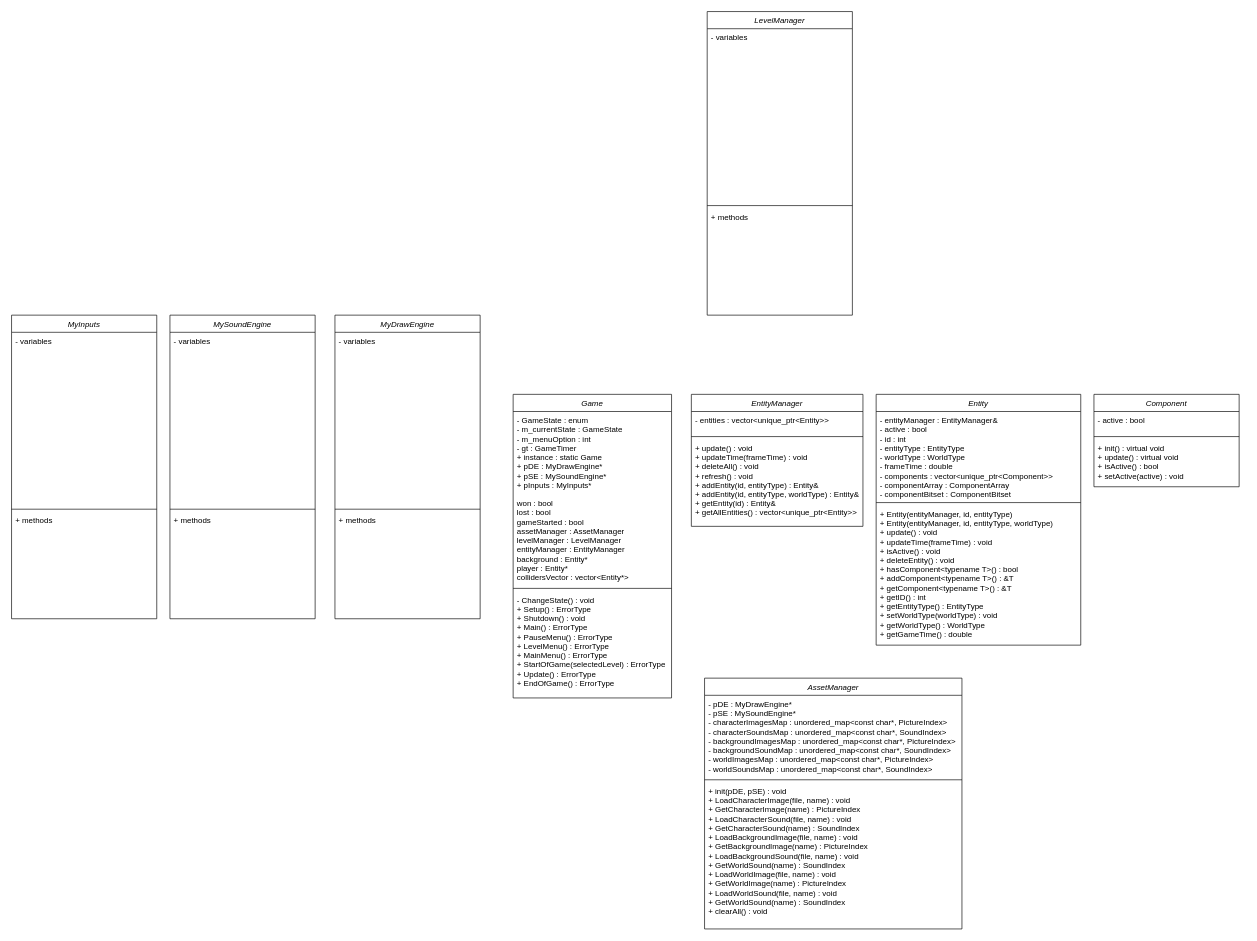
dnilhnry/CPP-Game-Engine-and-Basic-Platformer keeps this draw.io diagram as classDiagram.drawio. Above is the earlier version. Source tidied: cells renumbered, new cells numbered last; positions are measured from the earlier drawing's top-left corner, leaving out a move shared by most shapes. Both pictures are drawn from the tidied source at 66%, with x=0, y=0 at pixel (11, 11).
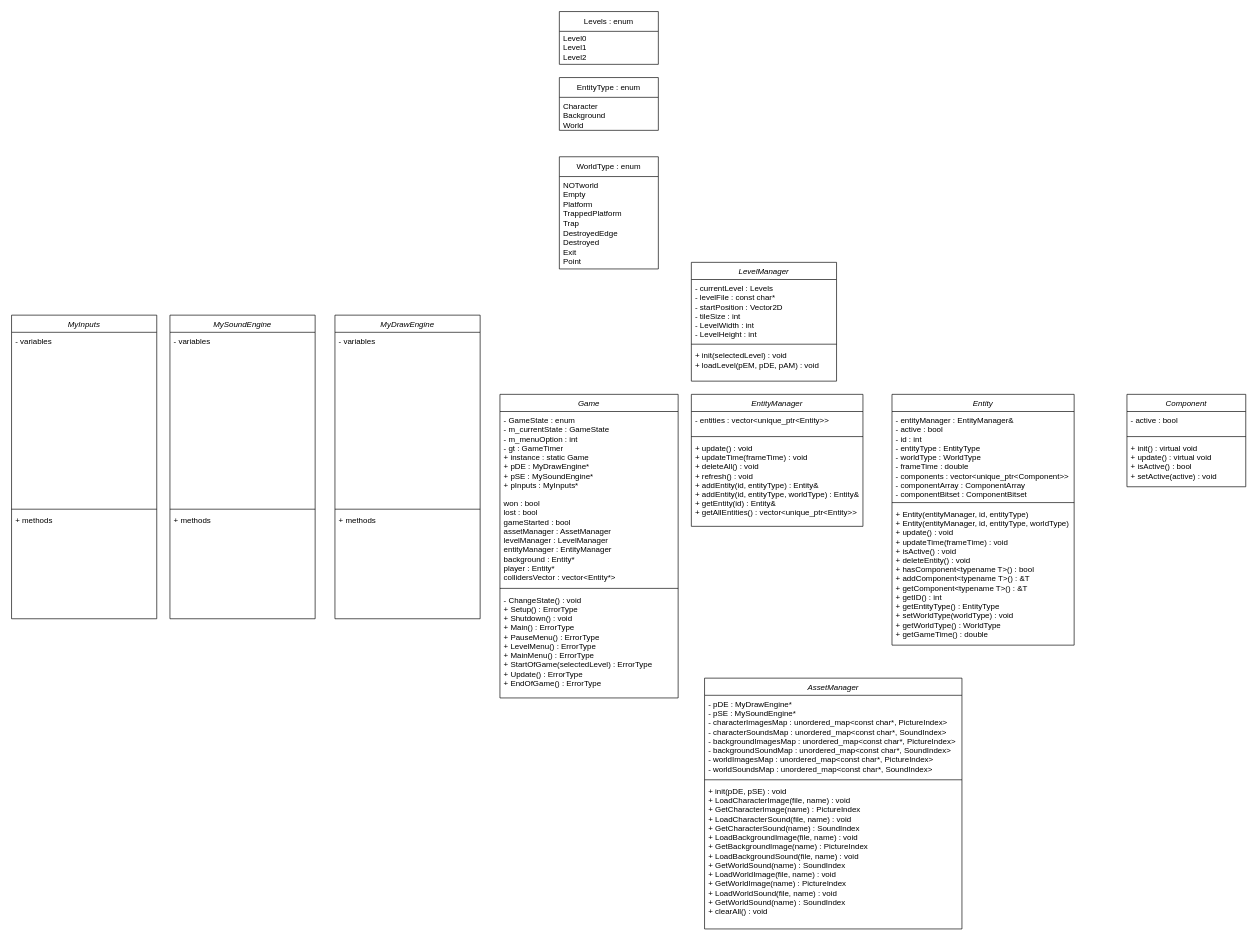
The same diagram, later.

Unchanged cells that the change refers to:
```xml
<mxCell id="18" value="AssetManager" style="swimlane;fontStyle=2;align=center;verticalAlign=top;horizontal=1;startSize=26;rounded=0;shadow=0;strokeWidth=1;" parent="1" vertex="1">
  <mxGeometry x="1050" y="1010" width="390" height="380" as="geometry" />
</mxCell>
```

What changed in the source:
```diff
@@
     <mxCell id="2" value="Game" style="swimlane;fontStyle=2;align=center;verticalAlign=top;horizontal=1;startSize=26;rounded=0;shadow=0;strokeWidth=1;" parent="1" vertex="1">
-      <mxGeometry x="760" y="580" width="240" height="460" as="geometry" />
+      <mxGeometry x="740" y="580" width="270" height="460" as="geometry" />
     </mxCell>
     <mxCell id="3" value="- GameState : enum&#10;- m_currentState : GameState&#10;- m_menuOption : int&#10;- gt : GameTimer&#10;+ instance : static Game&#10;+ pDE : MyDrawEngine*&#10;+ pSE : MySoundEngine*&#10;+ pInputs : MyInputs*&#10;&#10;won : bool&#10;lost : bool&#10;gameStarted : bool&#10;assetManager : AssetManager&#10;levelManager : LevelManager&#10;entityManager : EntityManager&#10;background : Entity*&#10;player : Entity*&#10;collidersVector : vector&lt;Entity*&gt;" style="text;align=left;verticalAlign=top;spacingLeft=4;spacingRight=4;overflow=hidden;" parent="2" vertex="1">
-      <mxGeometry y="26" width="240" height="264" as="geometry" />
+      <mxGeometry y="26" width="270" height="264" as="geometry" />
     </mxCell>
     <mxCell id="4" style="line;html=1;strokeWidth=1;align=left;verticalAlign=middle;spacingTop=-1;spacingLeft=3;spacingRight=3;labelPosition=right;" parent="2" vertex="1">
-      <mxGeometry y="290" width="240" height="8" as="geometry" />
+      <mxGeometry y="290" width="270" height="8" as="geometry" />
     </mxCell>
     <mxCell id="5" value="- ChangeState() : void&#10;+ Setup() : ErrorType&#10;+ Shutdown() : void&#10;+ Main() : ErrorType&#10;+ PauseMenu() : ErrorType&#10;+ LevelMenu() : ErrorType&#10;+ MainMenu() : ErrorType&#10;+ StartOfGame(selectedLevel) : ErrorType&#10;+ Update() : ErrorType&#10;+ EndOfGame() : ErrorType" style="text;align=left;verticalAlign=top;spacingLeft=4;spacingRight=4;overflow=hidden;" parent="2" vertex="1">
-      <mxGeometry y="298" width="240" height="152" as="geometry" />
+      <mxGeometry y="298" width="270" height="152" as="geometry" />
     </mxCell>
@@
     <mxCell id="10" value="Entity" style="swimlane;fontStyle=2;align=center;verticalAlign=top;horizontal=1;startSize=26;rounded=0;shadow=0;strokeWidth=1;" parent="1" vertex="1">
-      <mxGeometry x="1310" y="580" width="310" height="380" as="geometry" />
+      <mxGeometry x="1334" y="580" width="276" height="380" as="geometry" />
     </mxCell>
     <mxCell id="11" value="- entityManager : EntityManager&amp;&#10;- active : bool&#10;- id : int&#10;- entityType : EntityType&#10;- worldType : WorldType&#10;- frameTime : double&#10;- components : vector&lt;unique_ptr&lt;Component&gt;&gt;&#10;- componentArray : ComponentArray&#10;- componentBitset : ComponentBitset" style="text;align=left;verticalAlign=top;spacingLeft=4;spacingRight=4;overflow=hidden;" parent="10" vertex="1">
-      <mxGeometry y="26" width="310" height="134" as="geometry" />
+      <mxGeometry y="26" width="276" height="134" as="geometry" />
     </mxCell>
     <mxCell id="12" style="line;html=1;strokeWidth=1;align=left;verticalAlign=middle;spacingTop=-1;spacingLeft=3;spacingRight=3;labelPosition=right;" parent="10" vertex="1">
-      <mxGeometry y="160" width="310" height="8" as="geometry" />
+      <mxGeometry y="160" width="276" height="8" as="geometry" />
     </mxCell>
     <mxCell id="13" value="+ Entity(entityManager, id, entityType)&#10;+ Entity(entityManager, id, entityType, worldType)&#10;+ update() : void&#10;+ updateTime(frameTime) : void&#10;+ isActive() : void&#10;+ deleteEntity() : void&#10;+ hasComponent&lt;typename T&gt;() : bool&#10;+ addComponent&lt;typename T&gt;() : &amp;T&#10;+ getComponent&lt;typename T&gt;() : &amp;T&#10;+ getID() : int&#10;+ getEntityType() : EntityType&#10;+ setWorldType(worldType) : void&#10;+ getWorldType() : WorldType&#10;+ getGameTime() : double" style="text;align=left;verticalAlign=top;spacingLeft=4;spacingRight=4;overflow=hidden;" parent="10" vertex="1">
-      <mxGeometry y="168" width="310" height="212" as="geometry" />
+      <mxGeometry y="168" width="276" height="212" as="geometry" />
     </mxCell>
     <mxCell id="14" value="Component" style="swimlane;fontStyle=2;align=center;verticalAlign=top;horizontal=1;startSize=26;rounded=0;shadow=0;strokeWidth=1;" parent="1" vertex="1">
-      <mxGeometry x="1640" y="580" width="220" height="140" as="geometry" />
+      <mxGeometry x="1690" y="580" width="180" height="140" as="geometry" />
     </mxCell>
     <mxCell id="15" value="- active : bool" style="text;align=left;verticalAlign=top;spacingLeft=4;spacingRight=4;overflow=hidden;" parent="14" vertex="1">
-      <mxGeometry y="26" width="220" height="34" as="geometry" />
+      <mxGeometry y="26" width="180" height="34" as="geometry" />
     </mxCell>
     <mxCell id="16" style="line;html=1;strokeWidth=1;align=left;verticalAlign=middle;spacingTop=-1;spacingLeft=3;spacingRight=3;labelPosition=right;" parent="14" vertex="1">
-      <mxGeometry y="60" width="220" height="8" as="geometry" />
+      <mxGeometry y="60" width="180" height="8" as="geometry" />
     </mxCell>
     <mxCell id="17" value="+ init() : virtual void&#10;+ update() : virtual void&#10;+ isActive() : bool&#10;+ setActive(active) : void" style="text;align=left;verticalAlign=top;spacingLeft=4;spacingRight=4;overflow=hidden;" parent="14" vertex="1">
-      <mxGeometry y="68" width="220" height="72" as="geometry" />
+      <mxGeometry y="68" width="180" height="72" as="geometry" />
     </mxCell>
@@
     <mxCell id="21" value="+ init(pDE, pSE) : void&#10;+ LoadCharacterImage(file, name) : void&#10;+ GetCharacterImage(name) : PictureIndex&#10;+ LoadCharacterSound(file, name) : void&#10;+ GetCharacterSound(name) : SoundIndex&#10;+ LoadBackgroundImage(file, name) : void&#10;+ GetBackgroundImage(name) : PictureIndex&#10;+ LoadBackgroundSound(file, name) : void&#10;+ GetWorldSound(name) : SoundIndex&#10;+ LoadWorldImage(file, name) : void&#10;+ GetWorldImage(name) : PictureIndex&#10;+ LoadWorldSound(file, name) : void&#10;+ GetWorldSound(name) : SoundIndex&#10;+ clearAll() : void" style="text;align=left;verticalAlign=top;spacingLeft=4;spacingRight=4;overflow=hidden;" parent="18" vertex="1">
-      <mxGeometry y="158" width="390" height="222" as="geometry" />
+      <mxGeometry y="158" width="390" height="212" as="geometry" />
     </mxCell>
     <mxCell id="22" value="LevelManager" style="swimlane;fontStyle=2;align=center;verticalAlign=top;horizontal=1;startSize=26;rounded=0;shadow=0;strokeWidth=1;" parent="1" vertex="1">
-      <mxGeometry x="1054" width="220" height="460" as="geometry" />
+      <mxGeometry x="1030" y="380" width="220" height="180" as="geometry" />
     </mxCell>
-    <mxCell id="23" value="- variables" style="text;align=left;verticalAlign=top;spacingLeft=4;spacingRight=4;overflow=hidden;" parent="22" vertex="1">
-      <mxGeometry y="26" width="220" height="264" as="geometry" />
+    <mxCell id="23" value="- currentLevel : Levels&#10;- levelFile : const char*&#10;- startPosition : Vector2D&#10;- tileSize : int&#10;- LevelWidth : int&#10;- LevelHeight : int" style="text;align=left;verticalAlign=top;spacingLeft=4;spacingRight=4;overflow=hidden;" parent="22" vertex="1">
+      <mxGeometry y="26" width="220" height="94" as="geometry" />
     </mxCell>
     <mxCell id="24" style="line;html=1;strokeWidth=1;align=left;verticalAlign=middle;spacingTop=-1;spacingLeft=3;spacingRight=3;labelPosition=right;" parent="22" vertex="1">
-      <mxGeometry y="290" width="220" height="8" as="geometry" />
+      <mxGeometry y="120" width="220" height="8" as="geometry" />
     </mxCell>
-    <mxCell id="25" value="+ methods" style="text;align=left;verticalAlign=top;spacingLeft=4;spacingRight=4;overflow=hidden;" parent="22" vertex="1">
-      <mxGeometry y="298" width="220" height="152" as="geometry" />
+    <mxCell id="25" value="+ init(selectedLevel) : void&#10;+ loadLevel(pEM, pDE, pAM) : void" style="text;align=left;verticalAlign=top;spacingLeft=4;spacingRight=4;overflow=hidden;" parent="22" vertex="1">
+      <mxGeometry y="128" width="220" height="42" as="geometry" />
     </mxCell>
@@
+    <mxCell id="38" value="Levels : enum" style="swimlane;fontStyle=0;horizontal=1;startSize=30;whiteSpace=wrap;html=1;" parent="1" vertex="1">
+      <mxGeometry x="830" width="150" height="80" as="geometry" />
+    </mxCell>
+    <mxCell id="39" value="Level0&lt;br&gt;Level1&lt;br&gt;Level2" style="text;strokeColor=none;fillColor=none;align=left;verticalAlign=middle;spacingLeft=4;spacingRight=4;overflow=hidden;whiteSpace=wrap;html=1;" parent="38" vertex="1">
+      <mxGeometry y="30" width="150" height="50" as="geometry" />
+    </mxCell>
+    <mxCell id="40" value="EntityType : enum" style="swimlane;fontStyle=0;horizontal=1;startSize=30;whiteSpace=wrap;html=1;" parent="1" vertex="1">
+      <mxGeometry x="830" y="100" width="150" height="80" as="geometry" />
+    </mxCell>
+    <mxCell id="41" value="Character&lt;br&gt;Background&lt;br&gt;World" style="text;strokeColor=none;fillColor=none;align=left;verticalAlign=top;spacingLeft=4;spacingRight=4;overflow=hidden;whiteSpace=wrap;html=1;" parent="40" vertex="1">
+      <mxGeometry y="30" width="150" height="50" as="geometry" />
+    </mxCell>
+    <mxCell id="42" value="WorldType : enum" style="swimlane;fontStyle=0;horizontal=1;startSize=30;whiteSpace=wrap;html=1;" parent="1" vertex="1">
+      <mxGeometry x="830" y="220" width="150" height="170" as="geometry" />
+    </mxCell>
+    <mxCell id="43" value="NOTworld&lt;br&gt;Empty&lt;br&gt;Platform&lt;br&gt;TrappedPlatform&lt;br&gt;Trap&lt;br&gt;DestroyedEdge&lt;br&gt;Destroyed&lt;br&gt;Exit&lt;br&gt;Point" style="text;strokeColor=none;fillColor=none;align=left;verticalAlign=top;spacingLeft=4;spacingRight=4;overflow=hidden;whiteSpace=wrap;html=1;" parent="42" vertex="1">
+      <mxGeometry y="30" width="150" height="140" as="geometry" />
+    </mxCell>
```
